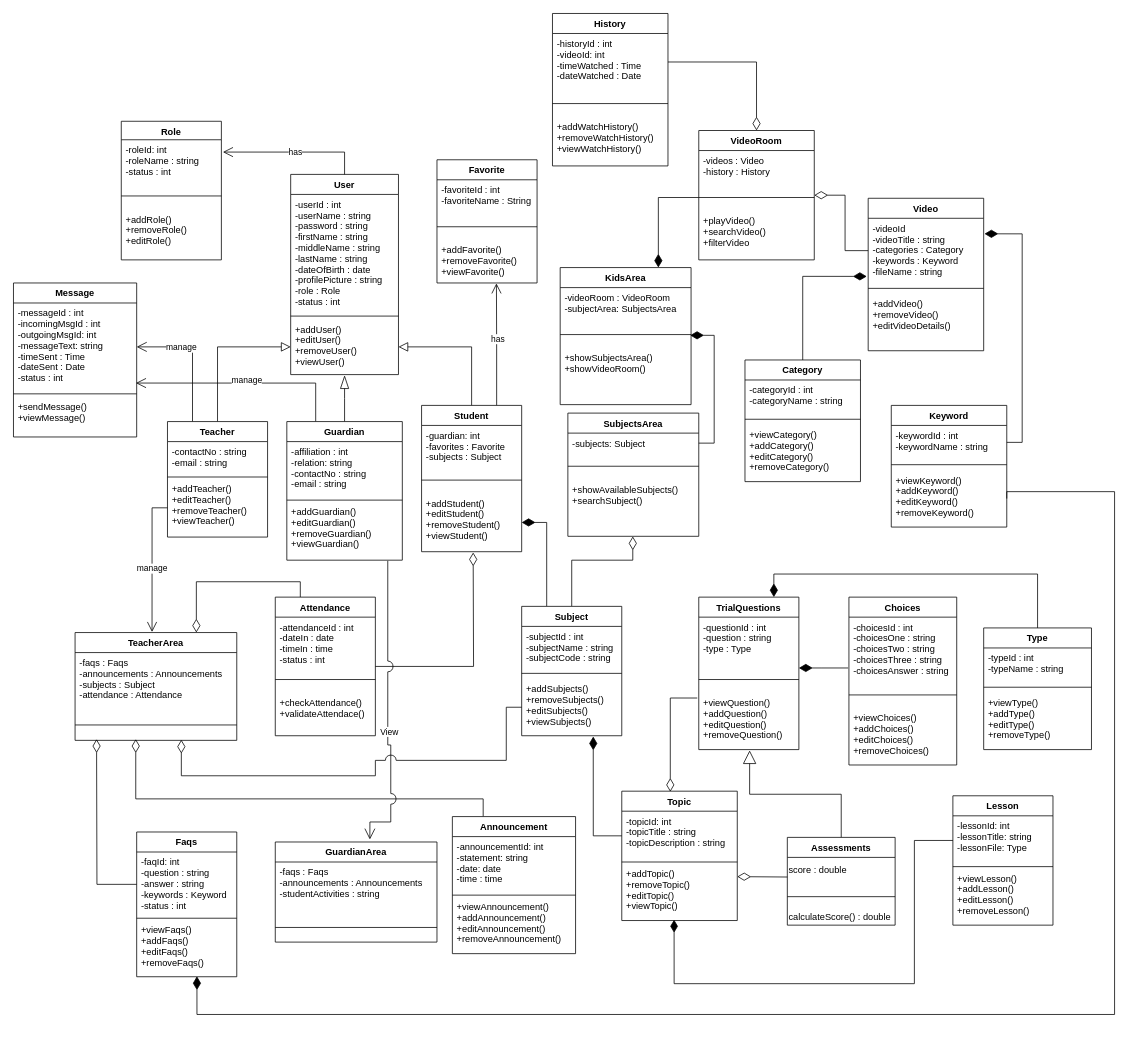
mrklglsn/CAPSTONE-FILES keeps this draw.io diagram as page "ClassDiagram" (1 of 10) of REVISIONS 5-30-2021/UML-DIAGRAMS/5-29-2021 Diagrams.drawio. Above is the earlier version. Source tidied: cells renumbered, new cells numbered last; positions are measured from the earlier drawing's top-left corner, leaving out a move shared by most shapes. Both pictures are drawn from the tidied source at 77%, with x=0, y=0 at pixel (13, 13).
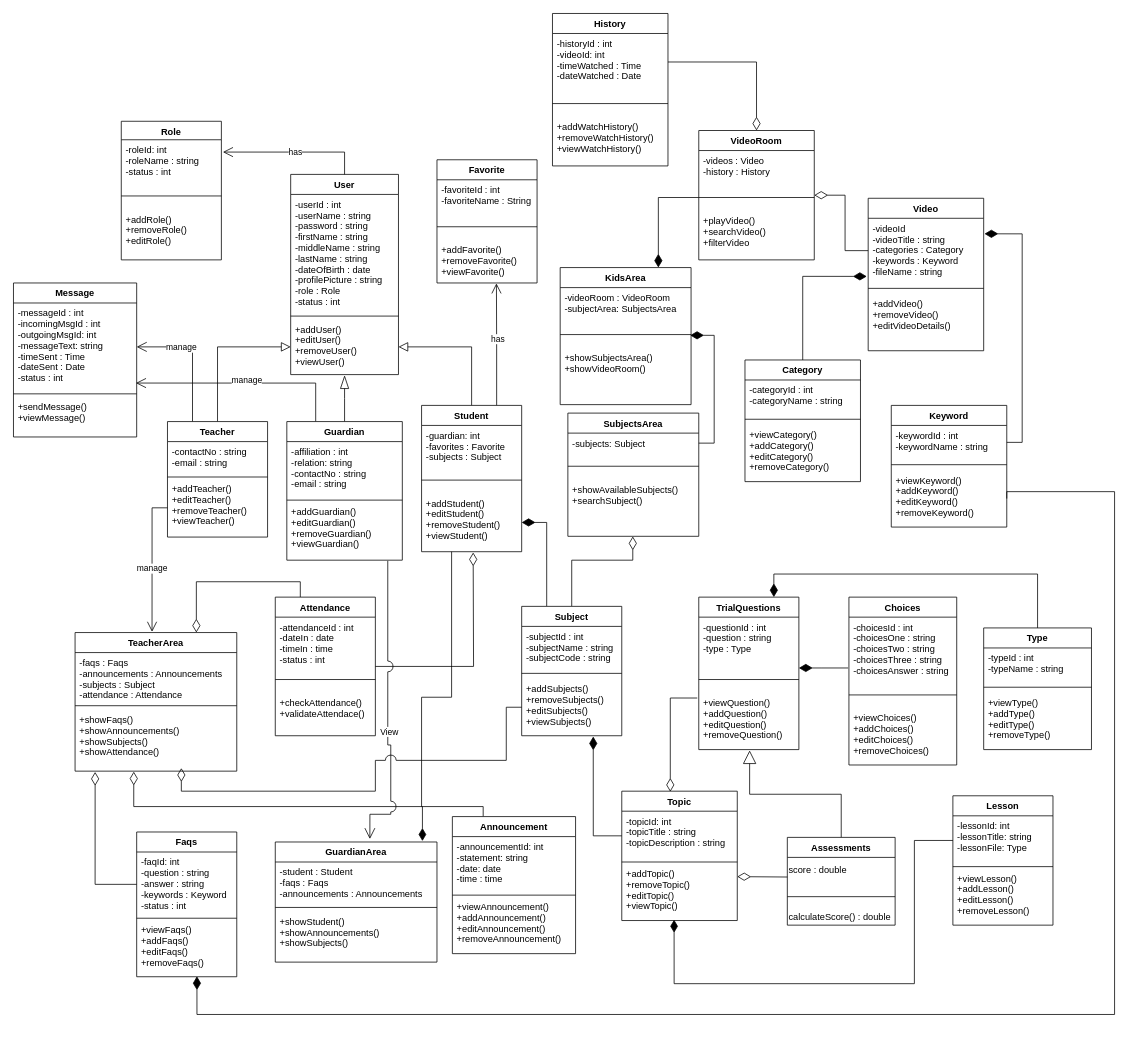
After the change.

Unchanged cells that the change refers to:
```xml
<mxCell id="19" value="+addStudent()&#10;+editStudent()&#10;+removeStudent()&#10;+viewStudent()" style="text;strokeColor=none;fillColor=none;align=left;verticalAlign=top;spacingLeft=4;spacingRight=4;overflow=hidden;points=[[0,0.5],[1,0.5]];portConstraint=eastwest;glass=0;" parent="16" vertex="1">
  <mxGeometry y="114" width="130" height="76" as="geometry" />
</mxCell>
<mxCell id="46" value="+addSubjects()&#10;+removeSubjects()&#10;+editSubjects()&#10;+viewSubjects()" style="text;strokeColor=none;fillColor=none;align=left;verticalAlign=top;spacingLeft=4;spacingRight=4;overflow=hidden;points=[[0,0.5],[1,0.5]];portConstraint=eastwest;" parent="43" vertex="1">
  <mxGeometry y="94" width="130" height="74" as="geometry" />
</mxCell>
<mxCell id="59" value="-faqId: int&#10;-question : string&#10;-answer : string&#10;-keywords : Keyword&#10;-status : int&#10;" style="text;strokeColor=none;fillColor=none;align=left;verticalAlign=top;spacingLeft=4;spacingRight=4;overflow=hidden;points=[[0,0.5],[1,0.5]];portConstraint=eastwest;" parent="58" vertex="1">
  <mxGeometry y="26" width="130" height="84" as="geometry" />
</mxCell>
<mxCell id="63" value="Announcement" style="swimlane;fontStyle=1;align=center;verticalAlign=top;horizontal=1;startSize=26;" parent="1" vertex="1">
  <mxGeometry x="570" y="1043" width="160" height="178" as="geometry" />
</mxCell>
<mxCell id="97" value="+addGuardian()&#10;+editGuardian()&#10;+removeGuardian()&#10;+viewGuardian()" style="text;strokeColor=none;fillColor=none;align=left;verticalAlign=top;spacingLeft=4;spacingRight=4;overflow=hidden;points=[[0,0.5],[1,0.5]];portConstraint=eastwest;glass=0;" parent="94" vertex="1">
  <mxGeometry y="104" width="150" height="76" as="geometry" />
</mxCell>
```

The edit, as a diff of the source:
```diff
@@
-    <mxCell id="62" style="edgeStyle=orthogonalEdgeStyle;rounded=0;jettySize=auto;html=1;exitX=0.25;exitY=0;exitDx=0;exitDy=0;entryX=0.375;entryY=1.005;entryDx=0;entryDy=0;entryPerimeter=0;endArrow=diamondThin;endFill=0;endSize=15;" parent="1" edge="1" source="63">
+    <mxCell id="62" style="edgeStyle=orthogonalEdgeStyle;rounded=0;jettySize=auto;html=1;exitX=0.25;exitY=0;exitDx=0;exitDy=0;entryX=0.363;entryY=1.008;entryDx=0;entryDy=0;entryPerimeter=0;endArrow=diamondThin;endFill=0;endSize=15;" parent="1" edge="1" source="63" target="140">
       <mxGeometry relative="1" as="geometry">
-        <mxPoint x="158.8" y="942.4" as="targetPoint" />
         <Array as="points">
-          <mxPoint x="610" y="1020" />
-          <mxPoint x="159" y="1020" />
+          <mxPoint x="610" y="1030" />
+          <mxPoint x="156" y="1030" />
         </Array>
       </mxGeometry>
     </mxCell>
@@
     <mxCell id="98" style="edgeStyle=orthogonalEdgeStyle;rounded=0;jumpStyle=arc;jumpSize=14;jettySize=auto;html=1;exitX=0.585;exitY=-0.025;exitDx=0;exitDy=0;entryX=0.874;entryY=1.011;entryDx=0;entryDy=0;startArrow=open;startFill=0;endArrow=none;endFill=0;startSize=12;endSize=12;entryPerimeter=0;exitPerimeter=0;" parent="1" edge="1" source="100" target="97">
       <mxGeometry relative="1" as="geometry">
         <Array as="points">
-          <mxPoint x="463" y="1050" />
-          <mxPoint x="490" y="1050" />
+          <mxPoint x="463" y="1040" />
+          <mxPoint x="490" y="1040" />
           <mxPoint x="490" y="950" />
           <mxPoint x="486" y="950" />
         </Array>
       </mxGeometry>
     </mxCell>
@@
     <mxCell id="100" value="GuardianArea" style="swimlane;fontStyle=1;align=center;verticalAlign=top;horizontal=1;startSize=26;" parent="1" vertex="1">
-      <mxGeometry x="340" y="1076" width="210" height="130" as="geometry" />
+      <mxGeometry x="340" y="1076" width="210" height="156" as="geometry" />
     </mxCell>
-    <mxCell id="101" value="-faqs : Faqs&#10;-announcements : Announcements&#10;-studentActivities : string&#10;&#10;" style="text;strokeColor=none;fillColor=none;align=left;verticalAlign=top;spacingLeft=4;spacingRight=4;overflow=hidden;" parent="100" vertex="1">
-      <mxGeometry y="26" width="210" height="66" as="geometry" />
+    <mxCell id="101" value="-student : Student&#10;-faqs : Faqs&#10;-announcements : Announcements&#10;" style="text;strokeColor=none;fillColor=none;align=left;verticalAlign=top;spacingLeft=4;spacingRight=4;overflow=hidden;" parent="100" vertex="1">
+      <mxGeometry y="26" width="210" height="54" as="geometry" />
     </mxCell>
     <mxCell id="102" style="line;strokeWidth=1;fillColor=none;align=left;verticalAlign=middle;spacingTop=-1;spacingLeft=3;spacingRight=3;labelPosition=right;" parent="100" vertex="1">
-      <mxGeometry y="92" width="210" height="38" as="geometry" />
+      <mxGeometry y="80" width="210" height="10" as="geometry" />
     </mxCell>
+    <mxCell id="139" value="+showStudent()&#10;+showAnnouncements()&#10;+showSubjects()&#10;&#10;" style="text;strokeColor=none;fillColor=none;align=left;verticalAlign=top;spacingLeft=4;spacingRight=4;overflow=hidden;" parent="100" vertex="1">
+      <mxGeometry y="90" width="210" height="66" as="geometry" />
+    </mxCell>
@@
     <mxCell id="122" value="TeacherArea" style="swimlane;fontStyle=1;align=center;verticalAlign=top;horizontal=1;startSize=26;" parent="1" vertex="1">
-      <mxGeometry x="80" y="804" width="210" height="140" as="geometry" />
+      <mxGeometry x="80" y="804" width="210" height="180" as="geometry" />
     </mxCell>
     <mxCell id="123" value="-faqs : Faqs&#10;-announcements : Announcements&#10;-subjects : Subject&#10;-attendance : Attendance&#10;" style="text;strokeColor=none;fillColor=none;align=left;verticalAlign=top;spacingLeft=4;spacingRight=4;overflow=hidden;" parent="122" vertex="1">
-      <mxGeometry y="26" width="210" height="74" as="geometry" />
+      <mxGeometry y="26" width="210" height="64" as="geometry" />
     </mxCell>
     <mxCell id="124" style="line;strokeWidth=1;fillColor=none;align=left;verticalAlign=middle;spacingTop=-1;spacingLeft=3;spacingRight=3;labelPosition=right;" parent="122" vertex="1">
-      <mxGeometry y="100" width="210" height="40" as="geometry" />
+      <mxGeometry y="90" width="210" height="10" as="geometry" />
     </mxCell>
+    <mxCell id="140" value="+showFaqs()&#10;+showAnnouncements()&#10;+showSubjects()&#10;+showAttendance()" style="text;strokeColor=none;fillColor=none;align=left;verticalAlign=top;spacingLeft=4;spacingRight=4;overflow=hidden;points=[[0,0.5],[1,0.5]];portConstraint=eastwest;" parent="122" vertex="1">
+      <mxGeometry y="100" width="210" height="80" as="geometry" />
+    </mxCell>
@@
-    <mxCell id="127" style="edgeStyle=orthogonalEdgeStyle;rounded=0;jettySize=auto;html=1;exitX=0;exitY=0.5;exitDx=0;exitDy=0;entryX=0.133;entryY=1.005;entryDx=0;entryDy=0;entryPerimeter=0;endArrow=diamondThin;endFill=0;endSize=15;" parent="1" edge="1" source="59">
-      <mxGeometry relative="1" as="geometry">
-        <mxPoint x="107.9" y="942.4" as="targetPoint" />
-      </mxGeometry>
+    <mxCell id="127" style="edgeStyle=orthogonalEdgeStyle;rounded=0;jettySize=auto;html=1;exitX=0;exitY=0.5;exitDx=0;exitDy=0;endArrow=diamondThin;endFill=0;endSize=15;entryX=0.124;entryY=1.013;entryDx=0;entryDy=0;entryPerimeter=0;" parent="1" edge="1" source="59" target="140">
+      <mxGeometry relative="1" as="geometry" />
     </mxCell>
-    <mxCell id="128" style="edgeStyle=orthogonalEdgeStyle;rounded=0;jettySize=auto;html=1;exitX=0;exitY=0.5;exitDx=0;exitDy=0;entryX=0.657;entryY=1.016;entryDx=0;entryDy=0;entryPerimeter=0;endArrow=diamondThin;endFill=0;endSize=15;jumpStyle=arc;jumpSize=14;" parent="1" edge="1" source="46">
+    <mxCell id="128" style="edgeStyle=orthogonalEdgeStyle;rounded=0;jettySize=auto;html=1;exitX=0;exitY=0.5;exitDx=0;exitDy=0;endArrow=diamondThin;endFill=0;endSize=15;jumpStyle=arc;jumpSize=14;" parent="1" edge="1" source="46">
       <mxGeometry relative="1" as="geometry">
-        <mxPoint x="218" y="943.2" as="targetPoint" />
+        <mxPoint x="218" y="980" as="targetPoint" />
         <Array as="points">
           <mxPoint x="640" y="901" />
           <mxPoint x="640" y="970" />
           <mxPoint x="470" y="970" />
-          <mxPoint x="470" y="990" />
-          <mxPoint x="218" y="990" />
+          <mxPoint x="470" y="1010" />
+          <mxPoint x="218" y="1010" />
         </Array>
       </mxGeometry>
     </mxCell>
@@
+    <mxCell id="141" style="edgeStyle=orthogonalEdgeStyle;rounded=0;jettySize=auto;html=1;exitX=0.3;exitY=1;exitDx=0;exitDy=0;exitPerimeter=0;entryX=0.91;entryY=-0.008;entryDx=0;entryDy=0;entryPerimeter=0;endArrow=diamondThin;endFill=1;endSize=14;" parent="1" edge="1" source="19" target="100">
+      <mxGeometry relative="1" as="geometry">
+        <Array as="points">
+          <mxPoint x="569" y="888" />
+          <mxPoint x="530" y="888" />
+          <mxPoint x="530" y="1030" />
+          <mxPoint x="531" y="1030" />
+        </Array>
+      </mxGeometry>
+    </mxCell>
```
